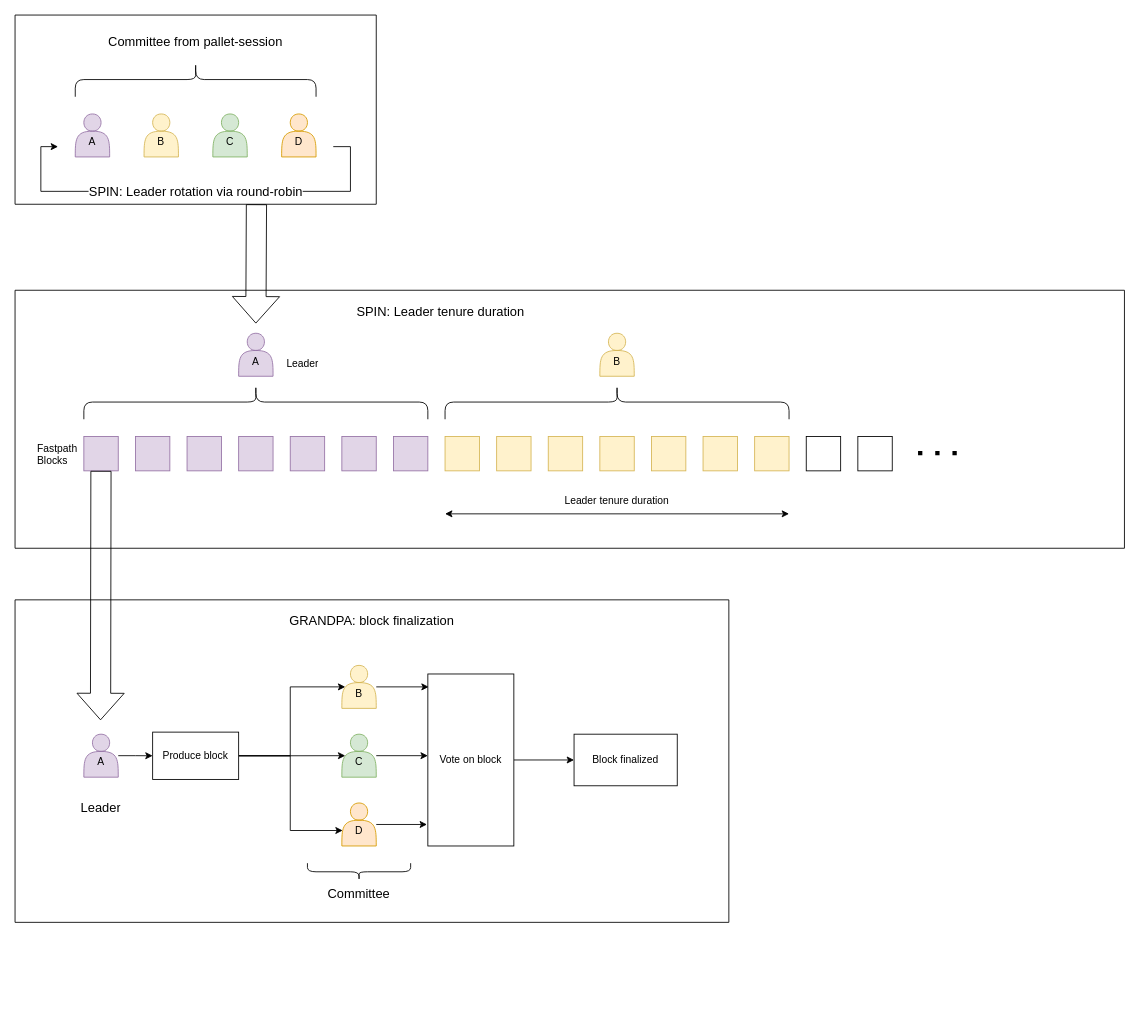
Before: docs/SPIN/fastchain_architecture.drawio in QuantumFusion-network/spec, a draw.io diagram. Source tidied: cells renumbered, new cells numbered last; positions are measured from the earlier drawing's top-left corner, leaving out a move shared by most shapes. Both pictures are drawn from the tidied source at 86%, with x=0, y=0 at pixel (15, 15).
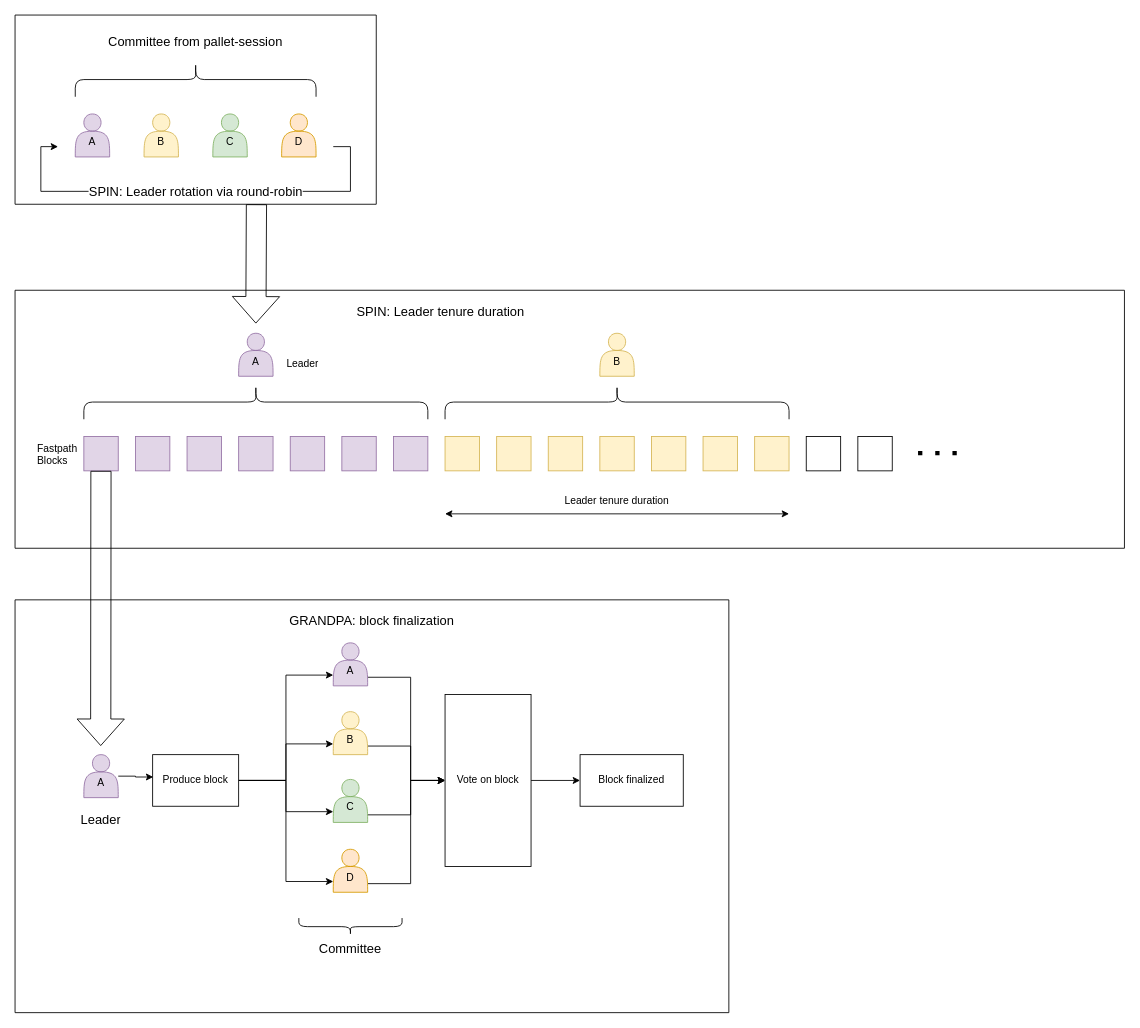
After the change.

Commit message (it also covers changes not shown here):
Fix committee: add a leader voting for block

What changed in the source:
```diff
@@
     <mxCell id="2" style="swimlane;startSize=0;" parent="1" vertex="1">
-      <mxGeometry y="680" width="830" height="375" as="geometry" />
+      <mxGeometry y="680" width="830" height="480" as="geometry" />
     </mxCell>
-    <mxCell id="3" style="edgeStyle=orthogonalEdgeStyle;rounded=0;jettySize=auto;html=1;" parent="2" edge="1" source="12" target="16">
-      <mxGeometry relative="1" as="geometry" />
-    </mxCell>
+    <mxCell id="7" style="edgeStyle=orthogonalEdgeStyle;rounded=0;jettySize=auto;html=1;" parent="2" edge="1" source="18" target="19">
+      <mxGeometry relative="1" as="geometry" />
+    </mxCell>
+    <mxCell id="11" value="&lt;font style=&quot;font-size: 15px;&quot;&gt;GRANDPA: block finalization&lt;/font&gt;" style="text;strokeColor=none;fillColor=none;align=center;verticalAlign=middle;spacingLeft=4;spacingRight=4;overflow=hidden;whiteSpace=wrap;html=1;" parent="2" vertex="1">
+      <mxGeometry x="280" y="8.8" width="270" height="30" as="geometry" />
+    </mxCell>
+    <mxCell id="12" value="A" style="shape=actor;whiteSpace=wrap;html=1;fillColor=#e1d5e7;strokeColor=#9673a6;spacingBottom=-15;" parent="2" vertex="1">
+      <mxGeometry x="80" y="180" width="40" height="50" as="geometry" />
+    </mxCell>
+    <mxCell id="59" style="edgeStyle=orthogonalEdgeStyle;rounded=0;jettySize=auto;html=1;" parent="2" edge="1" source="13">
+      <mxGeometry relative="1" as="geometry">
+        <mxPoint x="500" y="210" as="targetPoint" />
+        <Array as="points">
+          <mxPoint x="460" y="170" />
+          <mxPoint x="460" y="210" />
+        </Array>
+      </mxGeometry>
+    </mxCell>
+    <mxCell id="13" value="B" style="shape=actor;whiteSpace=wrap;html=1;fillColor=#fff2cc;strokeColor=#d6b656;spacingBottom=-15;" parent="2" vertex="1">
+      <mxGeometry x="370" y="130" width="40" height="50" as="geometry" />
+    </mxCell>
+    <mxCell id="10" style="edgeStyle=orthogonalEdgeStyle;rounded=0;jettySize=auto;html=1;entryX=0;entryY=0.5;entryDx=0;entryDy=0;" parent="2" edge="1" source="14" target="18">
+      <mxGeometry relative="1" as="geometry">
+        <Array as="points">
+          <mxPoint x="460" y="250" />
+          <mxPoint x="460" y="210" />
+        </Array>
+      </mxGeometry>
+    </mxCell>
+    <mxCell id="14" value="C" style="shape=actor;whiteSpace=wrap;html=1;fillColor=#d5e8d4;strokeColor=#82b366;spacingBottom=-15;" parent="2" vertex="1">
+      <mxGeometry x="370" y="208.8" width="40" height="50" as="geometry" />
+    </mxCell>
+    <mxCell id="60" style="edgeStyle=orthogonalEdgeStyle;rounded=0;jettySize=auto;html=1;" parent="2" edge="1" source="15">
+      <mxGeometry relative="1" as="geometry">
+        <mxPoint x="500" y="210" as="targetPoint" />
+        <Array as="points">
+          <mxPoint x="460" y="330" />
+          <mxPoint x="460" y="210" />
+        </Array>
+      </mxGeometry>
+    </mxCell>
+    <mxCell id="15" value="D" style="shape=actor;whiteSpace=wrap;html=1;fillColor=#ffe6cc;strokeColor=#d79b00;spacingBottom=-15;" parent="2" vertex="1">
+      <mxGeometry x="370" y="290" width="40" height="50" as="geometry" />
+    </mxCell>
+    <mxCell id="61" style="edgeStyle=orthogonalEdgeStyle;rounded=0;jettySize=auto;html=1;entryX=0;entryY=0.75;entryDx=0;entryDy=0;" parent="2" edge="1" source="16" target="63">
+      <mxGeometry relative="1" as="geometry" />
+    </mxCell>
-    <mxCell id="4" style="edgeStyle=orthogonalEdgeStyle;rounded=0;jettySize=auto;html=1;entryX=0.1;entryY=0.5;entryDx=0;entryDy=0;entryPerimeter=0;" parent="2" edge="1" source="16" target="13">
-      <mxGeometry relative="1" as="geometry">
-        <Array as="points">
-          <mxPoint x="320" y="181.2" />
-          <mxPoint x="320" y="101.2" />
-        </Array>
-      </mxGeometry>
+    <mxCell id="4" style="edgeStyle=orthogonalEdgeStyle;rounded=0;jettySize=auto;html=1;entryX=0;entryY=0.75;entryDx=0;entryDy=0;" parent="2" edge="1" source="16" target="13">
+      <mxGeometry relative="1" as="geometry" />
     </mxCell>
-    <mxCell id="5" style="edgeStyle=orthogonalEdgeStyle;rounded=0;jettySize=auto;html=1;entryX=0.1;entryY=0.5;entryDx=0;entryDy=0;entryPerimeter=0;" parent="2" edge="1" source="16" target="14">
+    <mxCell id="5" style="edgeStyle=orthogonalEdgeStyle;rounded=0;jettySize=auto;html=1;entryX=0;entryY=0.75;entryDx=0;entryDy=0;" parent="2" edge="1" source="16" target="14">
       <mxGeometry relative="1" as="geometry" />
     </mxCell>
-    <mxCell id="6" style="edgeStyle=orthogonalEdgeStyle;rounded=0;jettySize=auto;html=1;entryX=0.025;entryY=0.64;entryDx=0;entryDy=0;entryPerimeter=0;" parent="2" edge="1" source="16" target="15">
-      <mxGeometry relative="1" as="geometry" />
+    <mxCell id="6" style="edgeStyle=orthogonalEdgeStyle;rounded=0;jettySize=auto;html=1;entryX=0;entryY=0.75;entryDx=0;entryDy=0;" parent="2" edge="1" source="16" target="15">
+      <mxGeometry relative="1" as="geometry">
+        <Array as="points">
+          <mxPoint x="315" y="210" />
+          <mxPoint x="315" y="328" />
+        </Array>
+      </mxGeometry>
     </mxCell>
-    <mxCell id="7" style="edgeStyle=orthogonalEdgeStyle;rounded=0;jettySize=auto;html=1;" parent="2" edge="1" source="18" target="19">
-      <mxGeometry relative="1" as="geometry" />
-    </mxCell>
-    <mxCell id="8" style="edgeStyle=orthogonalEdgeStyle;rounded=0;jettySize=auto;html=1;entryX=-0.01;entryY=0.875;entryDx=0;entryDy=0;entryPerimeter=0;" parent="2" edge="1" source="15" target="18">
-      <mxGeometry relative="1" as="geometry" />
-    </mxCell>
-    <mxCell id="9" style="edgeStyle=orthogonalEdgeStyle;rounded=0;jettySize=auto;html=1;entryX=0.01;entryY=0.075;entryDx=0;entryDy=0;entryPerimeter=0;" parent="2" edge="1" source="13" target="18">
-      <mxGeometry relative="1" as="geometry" />
-    </mxCell>
-    <mxCell id="10" style="edgeStyle=orthogonalEdgeStyle;rounded=0;jettySize=auto;html=1;entryX=0;entryY=0.475;entryDx=0;entryDy=0;entryPerimeter=0;" parent="2" edge="1" source="14" target="18">
-      <mxGeometry relative="1" as="geometry" />
-    </mxCell>
-    <mxCell id="11" value="&lt;font style=&quot;font-size: 15px;&quot;&gt;GRANDPA: block finalization&lt;/font&gt;" style="text;strokeColor=none;fillColor=none;align=center;verticalAlign=middle;spacingLeft=4;spacingRight=4;overflow=hidden;whiteSpace=wrap;html=1;" parent="2" vertex="1">
-      <mxGeometry x="280" y="8.8" width="270" height="30" as="geometry" />
-    </mxCell>
-    <mxCell id="12" value="A" style="shape=actor;whiteSpace=wrap;html=1;fillColor=#e1d5e7;strokeColor=#9673a6;spacingBottom=-15;" parent="2" vertex="1">
-      <mxGeometry x="80" y="156.2" width="40" height="50" as="geometry" />
-    </mxCell>
-    <mxCell id="13" value="B" style="shape=actor;whiteSpace=wrap;html=1;fillColor=#fff2cc;strokeColor=#d6b656;spacingBottom=-15;" parent="2" vertex="1">
-      <mxGeometry x="380" y="76.2" width="40" height="50" as="geometry" />
-    </mxCell>
-    <mxCell id="14" value="C" style="shape=actor;whiteSpace=wrap;html=1;fillColor=#d5e8d4;strokeColor=#82b366;spacingBottom=-15;" parent="2" vertex="1">
-      <mxGeometry x="380" y="156.2" width="40" height="50" as="geometry" />
-    </mxCell>
-    <mxCell id="15" value="D" style="shape=actor;whiteSpace=wrap;html=1;fillColor=#ffe6cc;strokeColor=#d79b00;spacingBottom=-15;" parent="2" vertex="1">
-      <mxGeometry x="380" y="236.2" width="40" height="50" as="geometry" />
-    </mxCell>
-    <mxCell id="16" value="Produce block" style="rounded=0;whiteSpace=wrap;html=1;" parent="2" vertex="1">
-      <mxGeometry x="160" y="153.8" width="100" height="55" as="geometry" />
-    </mxCell>
     <mxCell id="17" style="shape=curlyBracket;whiteSpace=wrap;html=1;rounded=1;labelPosition=left;verticalLabelPosition=middle;align=right;verticalAlign=middle;direction=north;" parent="2" vertex="1">
-      <mxGeometry x="340" y="306.2" width="120" height="20" as="geometry" />
+      <mxGeometry x="330" y="370" width="120" height="20" as="geometry" />
     </mxCell>
     <mxCell id="18" value="Vote on block" style="rounded=0;whiteSpace=wrap;html=1;" parent="2" vertex="1">
-      <mxGeometry x="480" y="86.2" width="100" height="200" as="geometry" />
+      <mxGeometry x="500" y="110" width="100" height="200" as="geometry" />
     </mxCell>
     <mxCell id="19" value="Block finalized" style="whiteSpace=wrap;html=1;rounded=0;" parent="2" vertex="1">
-      <mxGeometry x="650" y="156.2" width="120" height="60" as="geometry" />
+      <mxGeometry x="657" y="180" width="120" height="60" as="geometry" />
     </mxCell>
     <mxCell id="20" value="Committee" style="text;strokeColor=none;fillColor=none;align=center;verticalAlign=middle;spacingLeft=4;spacingRight=4;overflow=hidden;whiteSpace=wrap;html=1;fontSize=15;" parent="2" vertex="1">
-      <mxGeometry x="345" y="326.2" width="110" height="30" as="geometry" />
+      <mxGeometry x="335" y="390" width="110" height="30" as="geometry" />
     </mxCell>
     <mxCell id="21" value="Leader" style="text;strokeColor=none;fillColor=none;align=center;verticalAlign=middle;spacingLeft=4;spacingRight=4;overflow=hidden;whiteSpace=wrap;html=1;fontSize=15;" parent="2" vertex="1">
-      <mxGeometry x="45" y="226.2" width="110" height="30" as="geometry" />
+      <mxGeometry x="45" y="240" width="110" height="30" as="geometry" />
     </mxCell>
+    <mxCell id="62" style="edgeStyle=orthogonalEdgeStyle;rounded=0;jettySize=auto;html=1;entryX=0;entryY=0.5;entryDx=0;entryDy=0;" parent="2" edge="1" source="63" target="18">
+      <mxGeometry relative="1" as="geometry">
+        <Array as="points">
+          <mxPoint x="460" y="90" />
+          <mxPoint x="460" y="210" />
+        </Array>
+      </mxGeometry>
+    </mxCell>
+    <mxCell id="63" value="A" style="shape=actor;whiteSpace=wrap;html=1;fillColor=#e1d5e7;strokeColor=#9673a6;spacingBottom=-15;" parent="2" vertex="1">
+      <mxGeometry x="370" y="50" width="40" height="50" as="geometry" />
+    </mxCell>
+    <mxCell id="16" value="Produce block" style="rounded=0;whiteSpace=wrap;html=1;" parent="2" vertex="1">
+      <mxGeometry x="160" y="180" width="100" height="60" as="geometry" />
+    </mxCell>
+    <mxCell id="3" style="edgeStyle=orthogonalEdgeStyle;rounded=0;jettySize=auto;html=1;entryX=0.007;entryY=0.433;entryDx=0;entryDy=0;entryPerimeter=0;" parent="2" edge="1" source="12" target="16">
+      <mxGeometry relative="1" as="geometry" />
+    </mxCell>
@@
-    <mxCell id="58" style="shape=flexArrow;endArrow=classic;html=1;rounded=0;endWidth=30.434782608695656;endSize=9.956521739130435;width=23.47826086956522;exitX=0.599;exitY=0.999;exitDx=0;exitDy=0;exitPerimeter=0;" parent="1" edge="1">
+    <mxCell id="58" style="shape=flexArrow;endArrow=classic;html=1;rounded=0;endWidth=30.434782608695656;endSize=9.956521739130435;width=23.47826086956522;exitX=0.599;exitY=0.999;exitDx=0;exitDy=0;exitPerimeter=0;entryX=0.12;entryY=0.354;entryDx=0;entryDy=0;entryPerimeter=0;" parent="1" edge="1" target="2">
       <mxGeometry relative="1" as="geometry">
         <mxPoint x="99.9" y="530" as="sourcePoint" />
-        <mxPoint x="99.4" y="820" as="targetPoint" />
       </mxGeometry>
     </mxCell>
```
